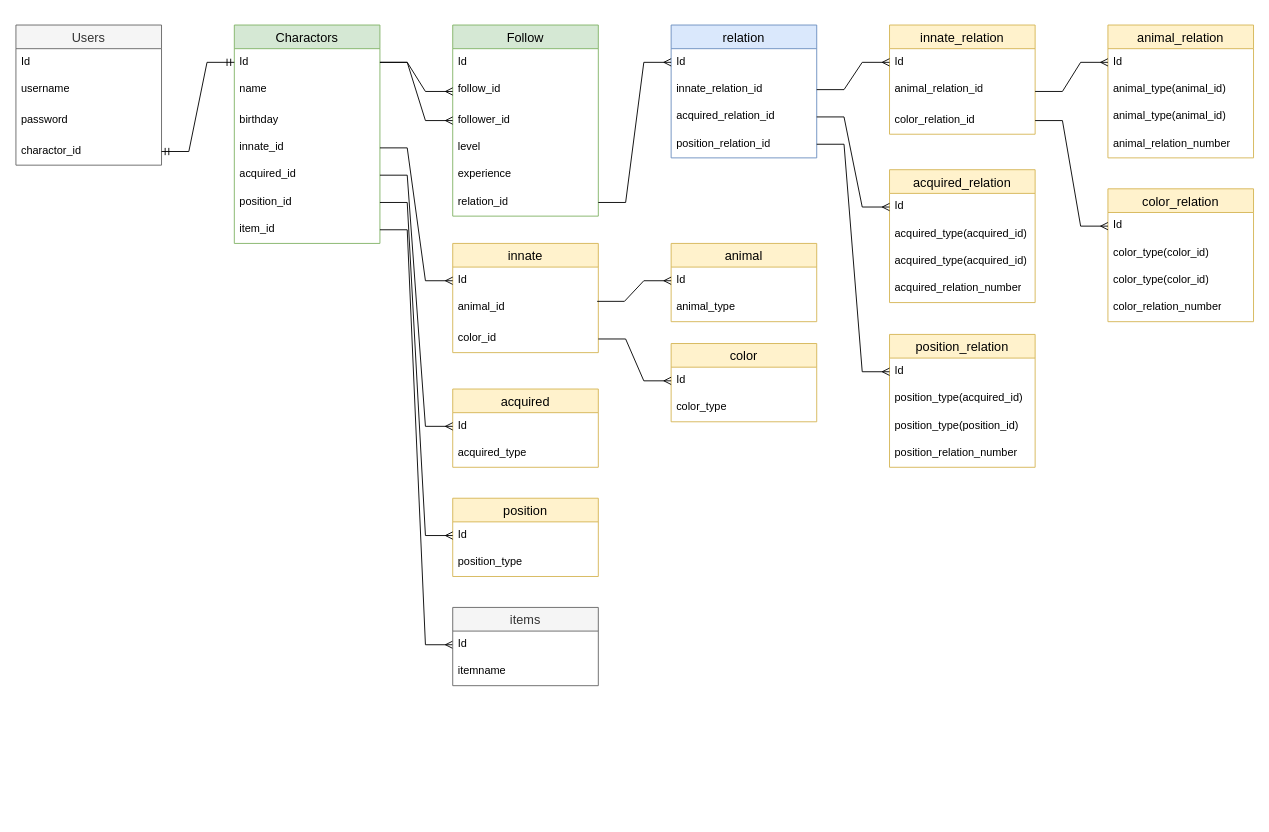
This is page "DB" (1 of 2) of DB.drawio from DaikiHIRAYAMA/Reegs, a draw.io file, before an edit. Source tidied: cells renumbered, new cells numbered last; positions are measured from the earlier drawing's top-left corner, leaving out a move shared by most shapes. Both pictures are drawn from the tidied source at 91%, with x=0, y=0 at pixel (15, 25).
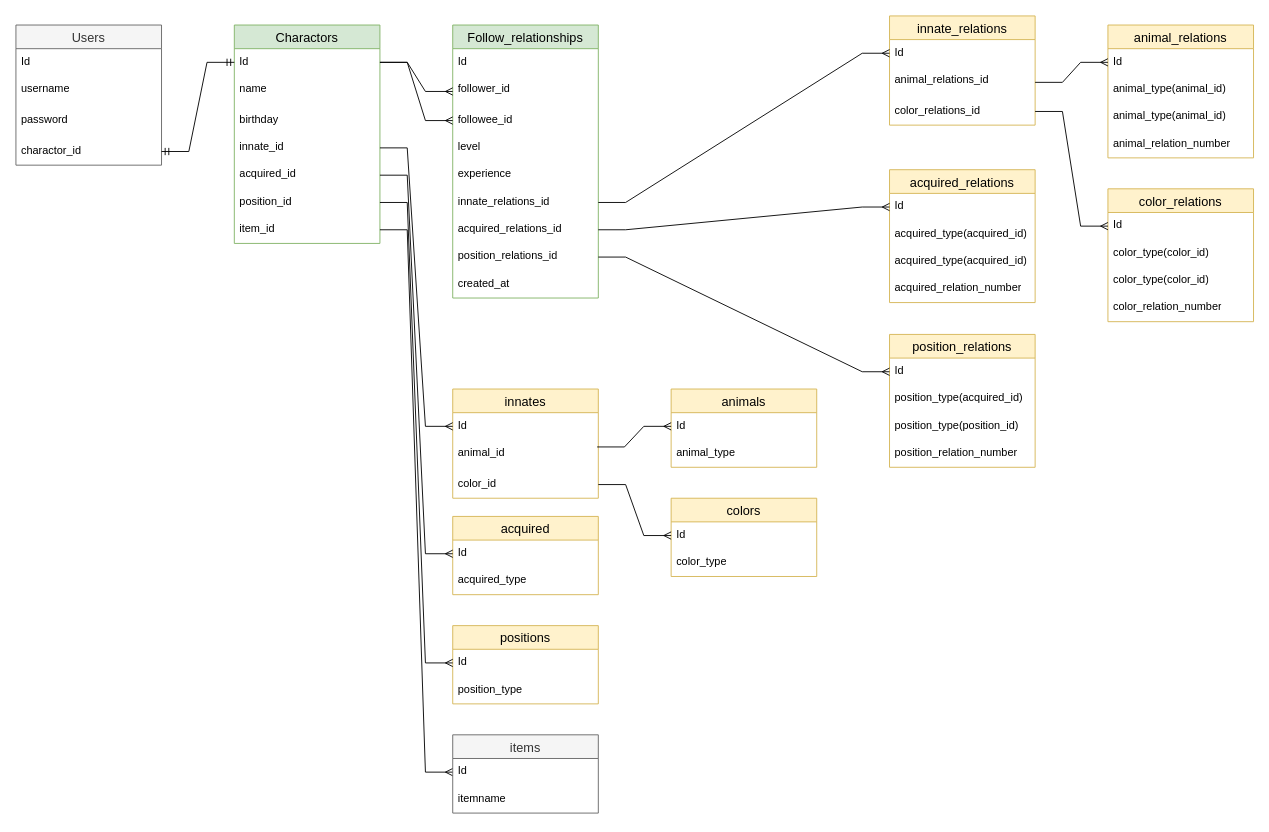
The same diagram, later.

Commit message:
DB.drawio を更新します

Unchanged cells that the change refers to:
```xml
<mxCell id="57" value="Id" style="text;strokeColor=none;fillColor=none;spacingLeft=4;spacingRight=4;overflow=hidden;points=[[0,0.5],[1,0.5]];portConstraint=eastwest;fontSize=12;whiteSpace=wrap;html=1;" parent="56" vertex="1">
  <mxGeometry y="26" width="160" height="30" as="geometry" />
</mxCell>
<mxCell id="74" value="Id" style="text;strokeColor=none;fillColor=none;spacingLeft=4;spacingRight=4;overflow=hidden;points=[[0,0.5],[1,0.5]];portConstraint=eastwest;fontSize=12;whiteSpace=wrap;html=1;" parent="73" vertex="1">
  <mxGeometry y="26" width="160" height="30" as="geometry" />
</mxCell>
<mxCell id="79" value="Id" style="text;strokeColor=none;fillColor=none;spacingLeft=4;spacingRight=4;overflow=hidden;points=[[0,0.5],[1,0.5]];portConstraint=eastwest;fontSize=12;whiteSpace=wrap;html=1;" parent="78" vertex="1">
  <mxGeometry y="26" width="160" height="30" as="geometry" />
</mxCell>
```

Diff of the diagram source:
```diff
@@
-    <mxCell id="15" value="Follow" style="swimlane;fontStyle=0;horizontal=1;startSize=26;align=center;fontSize=14;fillColor=#d5e8d4;strokeColor=#82b366;" parent="1" vertex="1">
-      <mxGeometry x="480" width="160" height="210" as="geometry" />
+    <mxCell id="15" value="Follow_relationships" style="swimlane;fontStyle=0;horizontal=1;startSize=26;align=center;fontSize=14;fillColor=#d5e8d4;strokeColor=#82b366;" parent="1" vertex="1">
+      <mxGeometry x="480" width="160" height="300" as="geometry" />
     </mxCell>
@@
-    <mxCell id="17" value="follow_id" style="text;strokeColor=none;fillColor=none;spacingLeft=4;spacingRight=4;overflow=hidden;points=[[0,0.5],[1,0.5]];portConstraint=eastwest;fontSize=12;whiteSpace=wrap;html=1;" parent="15" vertex="1">
+    <mxCell id="17" value="follower_id" style="text;strokeColor=none;fillColor=none;spacingLeft=4;spacingRight=4;overflow=hidden;points=[[0,0.5],[1,0.5]];portConstraint=eastwest;fontSize=12;whiteSpace=wrap;html=1;" parent="15" vertex="1">
       <mxGeometry y="56" width="160" height="34" as="geometry" />
     </mxCell>
-    <mxCell id="18" value="follower_id" style="text;strokeColor=none;fillColor=none;spacingLeft=4;spacingRight=4;overflow=hidden;points=[[0,0.5],[1,0.5]];portConstraint=eastwest;fontSize=12;whiteSpace=wrap;html=1;" parent="15" vertex="1">
+    <mxCell id="18" value="followee_id" style="text;strokeColor=none;fillColor=none;spacingLeft=4;spacingRight=4;overflow=hidden;points=[[0,0.5],[1,0.5]];portConstraint=eastwest;fontSize=12;whiteSpace=wrap;html=1;" parent="15" vertex="1">
       <mxGeometry y="90" width="160" height="30" as="geometry" />
     </mxCell>
@@
+    <mxCell id="85" value="innate_relations_id" style="text;strokeColor=none;fillColor=none;spacingLeft=4;spacingRight=4;overflow=hidden;points=[[0,0.5],[1,0.5]];portConstraint=eastwest;fontSize=12;whiteSpace=wrap;html=1;" parent="15" vertex="1">
+      <mxGeometry y="180" width="160" height="30" as="geometry" />
+    </mxCell>
+    <mxCell id="86" value="acquired_relations_id" style="text;strokeColor=none;fillColor=none;spacingLeft=4;spacingRight=4;overflow=hidden;points=[[0,0.5],[1,0.5]];portConstraint=eastwest;fontSize=12;whiteSpace=wrap;html=1;" parent="15" vertex="1">
+      <mxGeometry y="210" width="160" height="30" as="geometry" />
+    </mxCell>
+    <mxCell id="87" value="position_relations_id" style="text;strokeColor=none;fillColor=none;spacingLeft=4;spacingRight=4;overflow=hidden;points=[[0,0.5],[1,0.5]];portConstraint=eastwest;fontSize=12;whiteSpace=wrap;html=1;" parent="15" vertex="1">
+      <mxGeometry y="240" width="160" height="30" as="geometry" />
+    </mxCell>
-    <mxCell id="21" value="relation_id" style="text;strokeColor=none;fillColor=none;spacingLeft=4;spacingRight=4;overflow=hidden;points=[[0,0.5],[1,0.5]];portConstraint=eastwest;fontSize=12;whiteSpace=wrap;html=1;" parent="15" vertex="1">
-      <mxGeometry y="180" width="160" height="30" as="geometry" />
+    <mxCell id="21" value="created_at" style="text;strokeColor=none;fillColor=none;spacingLeft=4;spacingRight=4;overflow=hidden;points=[[0,0.5],[1,0.5]];portConstraint=eastwest;fontSize=12;whiteSpace=wrap;html=1;" parent="15" vertex="1">
+      <mxGeometry y="270" width="160" height="30" as="geometry" />
     </mxCell>
@@
-    <mxCell id="25" value="innate" style="swimlane;fontStyle=0;horizontal=1;startSize=26;align=center;fontSize=14;fillColor=#fff2cc;strokeColor=#d6b656;" parent="1" vertex="1">
-      <mxGeometry x="480" y="240" width="160" height="120" as="geometry" />
+    <mxCell id="25" value="innates" style="swimlane;fontStyle=0;horizontal=1;startSize=26;align=center;fontSize=14;fillColor=#fff2cc;strokeColor=#d6b656;" parent="1" vertex="1">
+      <mxGeometry x="480" y="400" width="160" height="120" as="geometry" />
     </mxCell>
@@
     <mxCell id="29" value="acquired" style="swimlane;fontStyle=0;horizontal=1;startSize=26;align=center;fontSize=14;fillColor=#fff2cc;strokeColor=#d6b656;" parent="1" vertex="1">
-      <mxGeometry x="480" y="400" width="160" height="86" as="geometry" />
+      <mxGeometry x="480" y="540" width="160" height="86" as="geometry" />
     </mxCell>
@@
-    <mxCell id="32" value="position" style="swimlane;fontStyle=0;horizontal=1;startSize=26;align=center;fontSize=14;fillColor=#fff2cc;strokeColor=#d6b656;" parent="1" vertex="1">
-      <mxGeometry x="480" y="520" width="160" height="86" as="geometry" />
+    <mxCell id="32" value="positions" style="swimlane;fontStyle=0;horizontal=1;startSize=26;align=center;fontSize=14;fillColor=#fff2cc;strokeColor=#d6b656;" parent="1" vertex="1">
+      <mxGeometry x="480" y="660" width="160" height="86" as="geometry" />
     </mxCell>
@@
-    <mxCell id="35" value="relation" style="swimlane;fontStyle=0;horizontal=1;startSize=26;align=center;fontSize=14;fillColor=#dae8fc;strokeColor=#6c8ebf;" parent="1" vertex="1">
-      <mxGeometry x="720" width="160" height="146" as="geometry" />
-    </mxCell>
-    <mxCell id="36" value="Id" style="text;strokeColor=none;fillColor=none;spacingLeft=4;spacingRight=4;overflow=hidden;points=[[0,0.5],[1,0.5]];portConstraint=eastwest;fontSize=12;whiteSpace=wrap;html=1;" parent="35" vertex="1">
-      <mxGeometry y="26" width="160" height="30" as="geometry" />
-    </mxCell>
-    <mxCell id="37" value="innate_relation_id" style="text;strokeColor=none;fillColor=none;spacingLeft=4;spacingRight=4;overflow=hidden;points=[[0,0.5],[1,0.5]];portConstraint=eastwest;fontSize=12;whiteSpace=wrap;html=1;" parent="35" vertex="1">
-      <mxGeometry y="56" width="160" height="30" as="geometry" />
-    </mxCell>
-    <mxCell id="38" value="acquired_relation_id" style="text;strokeColor=none;fillColor=none;spacingLeft=4;spacingRight=4;overflow=hidden;points=[[0,0.5],[1,0.5]];portConstraint=eastwest;fontSize=12;whiteSpace=wrap;html=1;" parent="35" vertex="1">
-      <mxGeometry y="86" width="160" height="30" as="geometry" />
-    </mxCell>
-    <mxCell id="39" value="position_relation_id" style="text;strokeColor=none;fillColor=none;spacingLeft=4;spacingRight=4;overflow=hidden;points=[[0,0.5],[1,0.5]];portConstraint=eastwest;fontSize=12;whiteSpace=wrap;html=1;" parent="35" vertex="1">
-      <mxGeometry y="116" width="160" height="30" as="geometry" />
-    </mxCell>
-    <mxCell id="40" style="edgeStyle=entityRelationEdgeStyle;fontSize=12;html=1;endArrow=ERmany;rounded=0;entryX=0;entryY=0.5;entryDx=0;entryDy=0;exitX=1;exitY=0.5;exitDx=0;exitDy=0;" parent="1" edge="1" source="21" target="36">
-      <mxGeometry relative="1" as="geometry" />
-    </mxCell>
@@
     <mxCell id="45" value="items" style="swimlane;fontStyle=0;horizontal=1;startSize=26;align=center;fontSize=14;fillColor=#f5f5f5;strokeColor=#666666;fontColor=#333333;" parent="1" vertex="1">
-      <mxGeometry x="480" y="640" width="160" height="86" as="geometry" />
+      <mxGeometry x="480" y="780" width="160" height="86" as="geometry" />
     </mxCell>
@@
-    <mxCell id="48" value="animal" style="swimlane;fontStyle=0;horizontal=1;startSize=26;align=center;fontSize=14;fillColor=#fff2cc;strokeColor=#d6b656;" parent="1" vertex="1">
-      <mxGeometry x="720" y="240" width="160" height="86" as="geometry" />
+    <mxCell id="48" value="animals" style="swimlane;fontStyle=0;horizontal=1;startSize=26;align=center;fontSize=14;fillColor=#fff2cc;strokeColor=#d6b656;" parent="1" vertex="1">
+      <mxGeometry x="720" y="400" width="160" height="86" as="geometry" />
     </mxCell>
@@
-    <mxCell id="52" value="color" style="swimlane;fontStyle=0;horizontal=1;startSize=26;align=center;fontSize=14;fillColor=#fff2cc;strokeColor=#d6b656;" parent="1" vertex="1">
-      <mxGeometry x="720" y="350" width="160" height="86" as="geometry" />
+    <mxCell id="52" value="colors" style="swimlane;fontStyle=0;horizontal=1;startSize=26;align=center;fontSize=14;fillColor=#fff2cc;strokeColor=#d6b656;" parent="1" vertex="1">
+      <mxGeometry x="720" y="520" width="160" height="86" as="geometry" />
     </mxCell>
@@
-    <mxCell id="56" value="innate_relation" style="swimlane;fontStyle=0;horizontal=1;startSize=26;align=center;fontSize=14;fillColor=#fff2cc;strokeColor=#d6b656;" parent="1" vertex="1">
-      <mxGeometry x="960" width="160" height="120" as="geometry" />
+    <mxCell id="56" value="innate_relations" style="swimlane;fontStyle=0;horizontal=1;startSize=26;align=center;fontSize=14;fillColor=#fff2cc;strokeColor=#d6b656;" parent="1" vertex="1">
+      <mxGeometry x="960" y="-10" width="160" height="120" as="geometry" />
     </mxCell>
@@
-    <mxCell id="58" value="animal_relation_id" style="text;strokeColor=none;fillColor=none;spacingLeft=4;spacingRight=4;overflow=hidden;points=[[0,0.5],[1,0.5]];portConstraint=eastwest;fontSize=12;whiteSpace=wrap;html=1;" parent="56" vertex="1">
+    <mxCell id="58" value="animal_relations_id" style="text;strokeColor=none;fillColor=none;spacingLeft=4;spacingRight=4;overflow=hidden;points=[[0,0.5],[1,0.5]];portConstraint=eastwest;fontSize=12;whiteSpace=wrap;html=1;" parent="56" vertex="1">
       <mxGeometry y="56" width="160" height="34" as="geometry" />
     </mxCell>
-    <mxCell id="59" value="color_relation_id" style="text;strokeColor=none;fillColor=none;spacingLeft=4;spacingRight=4;overflow=hidden;points=[[0,0.5],[1,0.5]];portConstraint=eastwest;fontSize=12;whiteSpace=wrap;html=1;" parent="56" vertex="1">
+    <mxCell id="59" value="color_relations_id" style="text;strokeColor=none;fillColor=none;spacingLeft=4;spacingRight=4;overflow=hidden;points=[[0,0.5],[1,0.5]];portConstraint=eastwest;fontSize=12;whiteSpace=wrap;html=1;" parent="56" vertex="1">
       <mxGeometry y="90" width="160" height="30" as="geometry" />
     </mxCell>
-    <mxCell id="60" style="edgeStyle=entityRelationEdgeStyle;fontSize=12;html=1;endArrow=ERmany;rounded=0;entryX=0;entryY=0.5;entryDx=0;entryDy=0;exitX=1;exitY=0.5;exitDx=0;exitDy=0;" parent="1" edge="1" source="37" target="57">
+    <mxCell id="60" style="edgeStyle=entityRelationEdgeStyle;fontSize=12;html=1;endArrow=ERmany;rounded=0;entryX=0;entryY=0.5;entryDx=0;entryDy=0;exitX=1;exitY=0.5;exitDx=0;exitDy=0;" parent="1" edge="1" source="85" target="57">
       <mxGeometry relative="1" as="geometry" />
     </mxCell>
-    <mxCell id="61" value="animal_relation" style="swimlane;fontStyle=0;horizontal=1;startSize=26;align=center;fontSize=14;fillColor=#fff2cc;strokeColor=#d6b656;" parent="1" vertex="1">
+    <mxCell id="61" value="animal_relations" style="swimlane;fontStyle=0;horizontal=1;startSize=26;align=center;fontSize=14;fillColor=#fff2cc;strokeColor=#d6b656;" parent="1" vertex="1">
       <mxGeometry x="1200" width="160" height="146" as="geometry" />
     </mxCell>
@@
-    <mxCell id="67" value="color_relation" style="swimlane;fontStyle=0;horizontal=1;startSize=26;align=center;fontSize=14;fillColor=#fff2cc;strokeColor=#d6b656;" parent="1" vertex="1">
+    <mxCell id="67" value="color_relations" style="swimlane;fontStyle=0;horizontal=1;startSize=26;align=center;fontSize=14;fillColor=#fff2cc;strokeColor=#d6b656;" parent="1" vertex="1">
       <mxGeometry x="1200" y="180" width="160" height="146" as="geometry" />
     </mxCell>
@@
-    <mxCell id="73" value="acquired_relation" style="swimlane;fontStyle=0;horizontal=1;startSize=26;align=center;fontSize=14;fillColor=#fff2cc;strokeColor=#d6b656;" parent="1" vertex="1">
+    <mxCell id="73" value="acquired_relations" style="swimlane;fontStyle=0;horizontal=1;startSize=26;align=center;fontSize=14;fillColor=#fff2cc;strokeColor=#d6b656;" parent="1" vertex="1">
       <mxGeometry x="960" y="159" width="160" height="146" as="geometry" />
     </mxCell>
@@
-    <mxCell id="78" value="position_relation" style="swimlane;fontStyle=0;horizontal=1;startSize=26;align=center;fontSize=14;fillColor=#fff2cc;strokeColor=#d6b656;" parent="1" vertex="1">
+    <mxCell id="78" value="position_relations" style="swimlane;fontStyle=0;horizontal=1;startSize=26;align=center;fontSize=14;fillColor=#fff2cc;strokeColor=#d6b656;" parent="1" vertex="1">
       <mxGeometry x="960" y="340" width="160" height="146" as="geometry" />
     </mxCell>
@@
-    <mxCell id="83" style="edgeStyle=entityRelationEdgeStyle;fontSize=12;html=1;endArrow=ERmany;rounded=0;entryX=0;entryY=0.5;entryDx=0;entryDy=0;exitX=1;exitY=0.5;exitDx=0;exitDy=0;" parent="1" edge="1" source="38" target="74">
+    <mxCell id="83" style="edgeStyle=entityRelationEdgeStyle;fontSize=12;html=1;endArrow=ERmany;rounded=0;entryX=0;entryY=0.5;entryDx=0;entryDy=0;exitX=1;exitY=0.5;exitDx=0;exitDy=0;" parent="1" edge="1" source="86" target="74">
       <mxGeometry relative="1" as="geometry" />
     </mxCell>
-    <mxCell id="84" style="edgeStyle=entityRelationEdgeStyle;fontSize=12;html=1;endArrow=ERmany;rounded=0;entryX=0;entryY=0.5;entryDx=0;entryDy=0;exitX=1;exitY=0.5;exitDx=0;exitDy=0;" parent="1" edge="1" source="39" target="79">
+    <mxCell id="84" style="edgeStyle=entityRelationEdgeStyle;fontSize=12;html=1;endArrow=ERmany;rounded=0;entryX=0;entryY=0.5;entryDx=0;entryDy=0;exitX=1;exitY=0.5;exitDx=0;exitDy=0;" parent="1" edge="1" source="87" target="79">
       <mxGeometry relative="1" as="geometry" />
     </mxCell>
```
